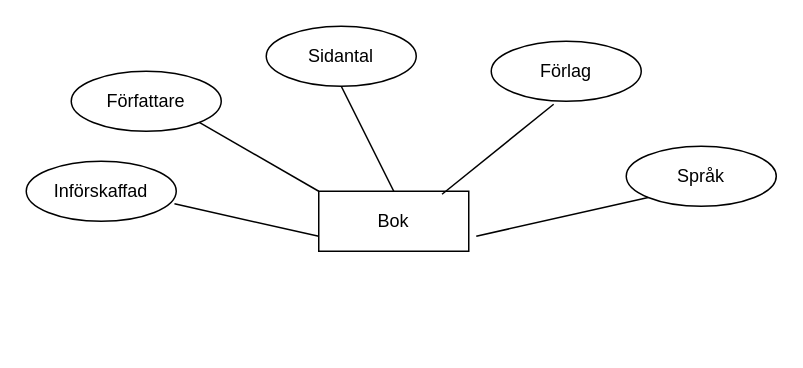
This is Boksamling.drawio from DanielPra/-t-Andre, a draw.io file, before an edit. Source tidied: cells renumbered, new cells numbered last; positions are measured from the earlier drawing's top-left corner, leaving out a move shared by most shapes. Both pictures are drawn from the tidied source at 150%, with x=0, y=0 at pixel (26, 26).
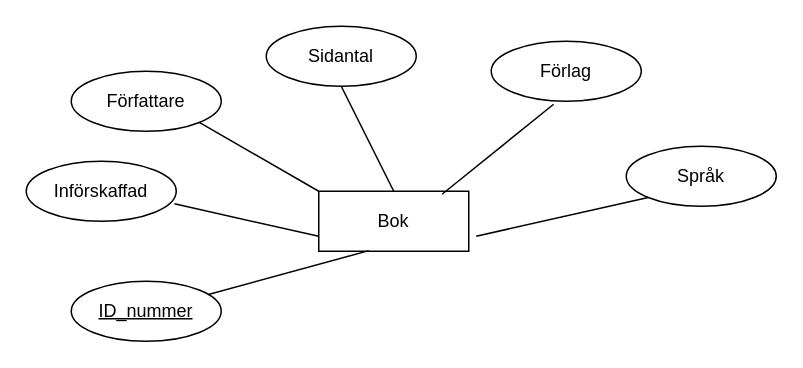
The same page after the edit.

Diff of the diagram source:
```diff
@@
 <mxGraphModel>
   <root>
     <mxCell id="0" />
     <mxCell id="1" parent="0" />
     <mxCell id="2" value="Bok" style="whiteSpace=wrap;html=1;align=center;" parent="1" vertex="1">
       <mxGeometry x="195" y="110" width="100" height="40" as="geometry" />
     </mxCell>
     <mxCell id="3" value="Författare" style="ellipse;whiteSpace=wrap;html=1;align=center;" parent="1" vertex="1">
       <mxGeometry x="30" y="30" width="100" height="40" as="geometry" />
     </mxCell>
     <mxCell id="4" value="Sidantal" style="ellipse;whiteSpace=wrap;html=1;align=center;" parent="1" vertex="1">
       <mxGeometry x="160" width="100" height="40" as="geometry" />
     </mxCell>
     <mxCell id="5" value="Förlag" style="ellipse;whiteSpace=wrap;html=1;align=center;" parent="1" vertex="1">
       <mxGeometry x="310" y="10" width="100" height="40" as="geometry" />
     </mxCell>
     <mxCell id="6" value="Införskaffad" style="ellipse;whiteSpace=wrap;html=1;align=center;" parent="1" vertex="1">
       <mxGeometry y="90" width="100" height="40" as="geometry" />
     </mxCell>
     <mxCell id="7" value="Språk" style="ellipse;whiteSpace=wrap;html=1;align=center;" parent="1" vertex="1">
       <mxGeometry x="400" y="80" width="100" height="40" as="geometry" />
     </mxCell>
     <mxCell id="8" style="endArrow=none;html=1;rounded=0;entryX=0;entryY=0.75;entryDx=0;entryDy=0;exitX=0.988;exitY=0.71;exitDx=0;exitDy=0;exitPerimeter=0;" parent="1" edge="1" source="6" target="2">
       <mxGeometry relative="1" as="geometry" />
     </mxCell>
     <mxCell id="9" style="endArrow=none;html=1;rounded=0;entryX=0;entryY=1;entryDx=0;entryDy=0;" parent="1" edge="1" target="7">
       <mxGeometry relative="1" as="geometry">
         <mxPoint x="300" y="140" as="sourcePoint" />
       </mxGeometry>
     </mxCell>
     <mxCell id="10" style="endArrow=none;html=1;rounded=0;exitX=0.822;exitY=0.05;exitDx=0;exitDy=0;exitPerimeter=0;entryX=0.416;entryY=1.05;entryDx=0;entryDy=0;entryPerimeter=0;" parent="1" edge="1" source="2" target="5">
       <mxGeometry relative="1" as="geometry" />
     </mxCell>
     <mxCell id="11" style="endArrow=none;html=1;rounded=0;exitX=1;exitY=1;exitDx=0;exitDy=0;entryX=0;entryY=0;entryDx=0;entryDy=0;" parent="1" edge="1" source="3" target="2">
       <mxGeometry relative="1" as="geometry" />
     </mxCell>
     <mxCell id="12" style="endArrow=none;html=1;rounded=0;exitX=0.5;exitY=1;exitDx=0;exitDy=0;entryX=0.5;entryY=0;entryDx=0;entryDy=0;" parent="1" edge="1" source="4" target="2">
       <mxGeometry relative="1" as="geometry" />
     </mxCell>
+    <mxCell id="13" value="ID_nummer" style="ellipse;whiteSpace=wrap;html=1;align=center;fontStyle=4;" parent="1" vertex="1">
+      <mxGeometry x="30" y="170" width="100" height="40" as="geometry" />
+    </mxCell>
+    <mxCell id="14" style="endArrow=none;html=1;rounded=0;entryX=0.334;entryY=0.99;entryDx=0;entryDy=0;entryPerimeter=0;" parent="1" edge="1" source="13" target="2">
+      <mxGeometry relative="1" as="geometry" />
+    </mxCell>
   </root>
 </mxGraphModel>
```
